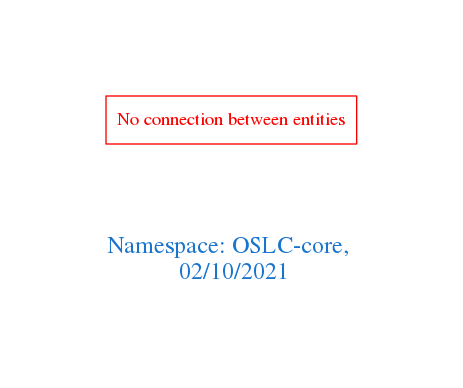
Earlier version of the Graphviz export downloads/OSLC-core.png (arago/OGIT). Its source is kept beside it as downloads/OSLC-core.dot.
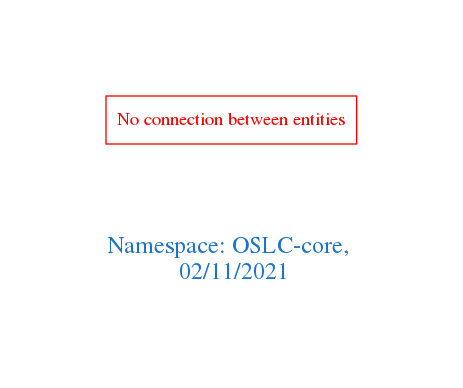
The same diagram one commit later.

Diff of the diagram source:
```diff
@@ -1,7 +1,7 @@
 digraph OGIT_ontology {
  graph [ rankdir= LR,pad=1
 fontsize = 18,
-fontcolor= dodgerblue3,label = "\n\n\nNamespace: OSLC-core, \n 02/10/2021"];
+fontcolor= dodgerblue3,label = "\n\n\nNamespace: OSLC-core, \n 02/11/2021"];
 node[shape=polygon];
 edge [  color="gray81"];
 
```
